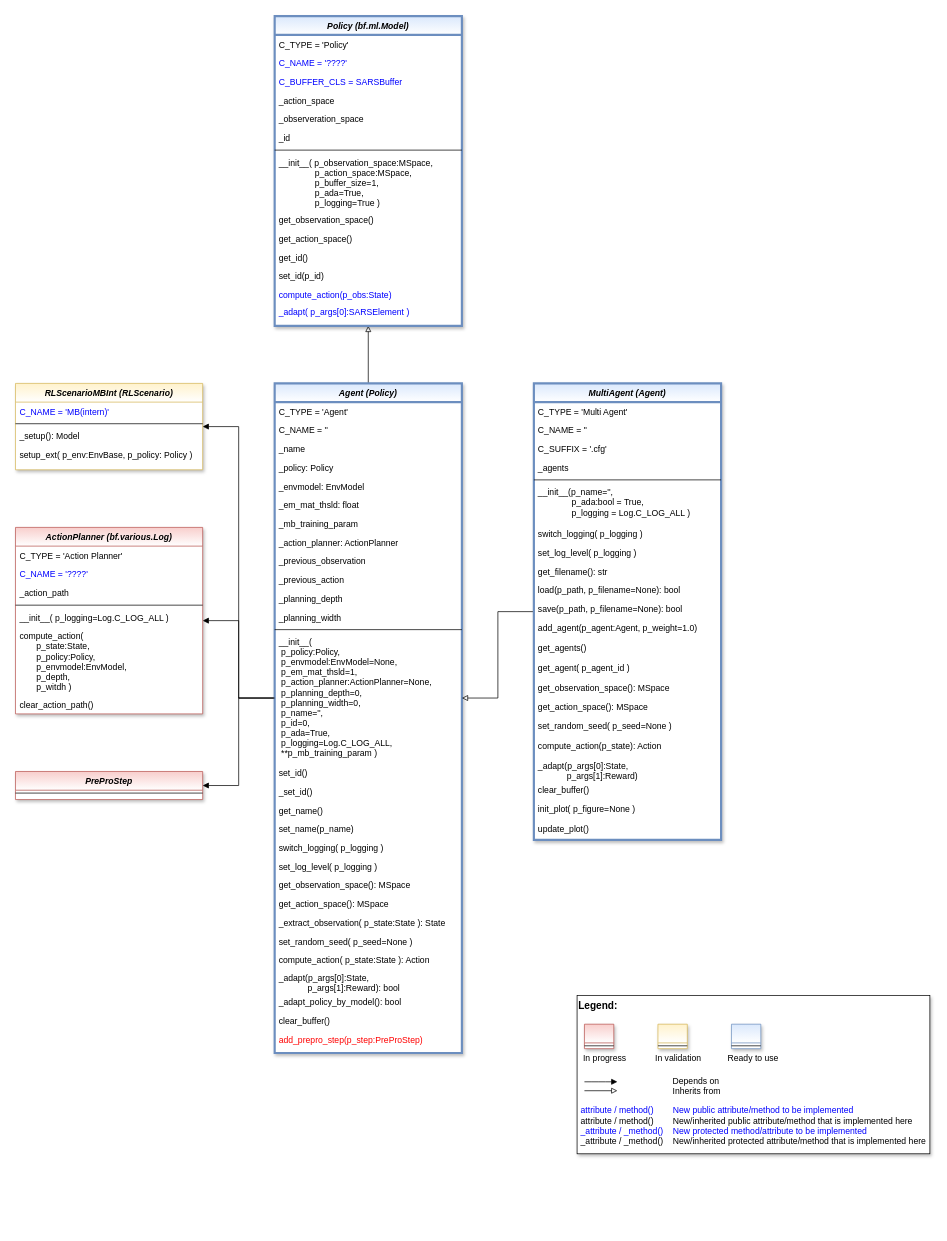
The draw.io diagram doc/rtd/content/append2/core/images/rl/03_agents/MLPro-RL-Agents_class_diagram.drawio in fhswf/MLPro, before the edit. Source tidied: cells renumbered, new cells numbered last; positions are measured from the earlier drawing's top-left corner, leaving out a move shared by most shapes. Both pictures are drawn from the tidied source at 72%, with x=0, y=0 at pixel (15, 16).
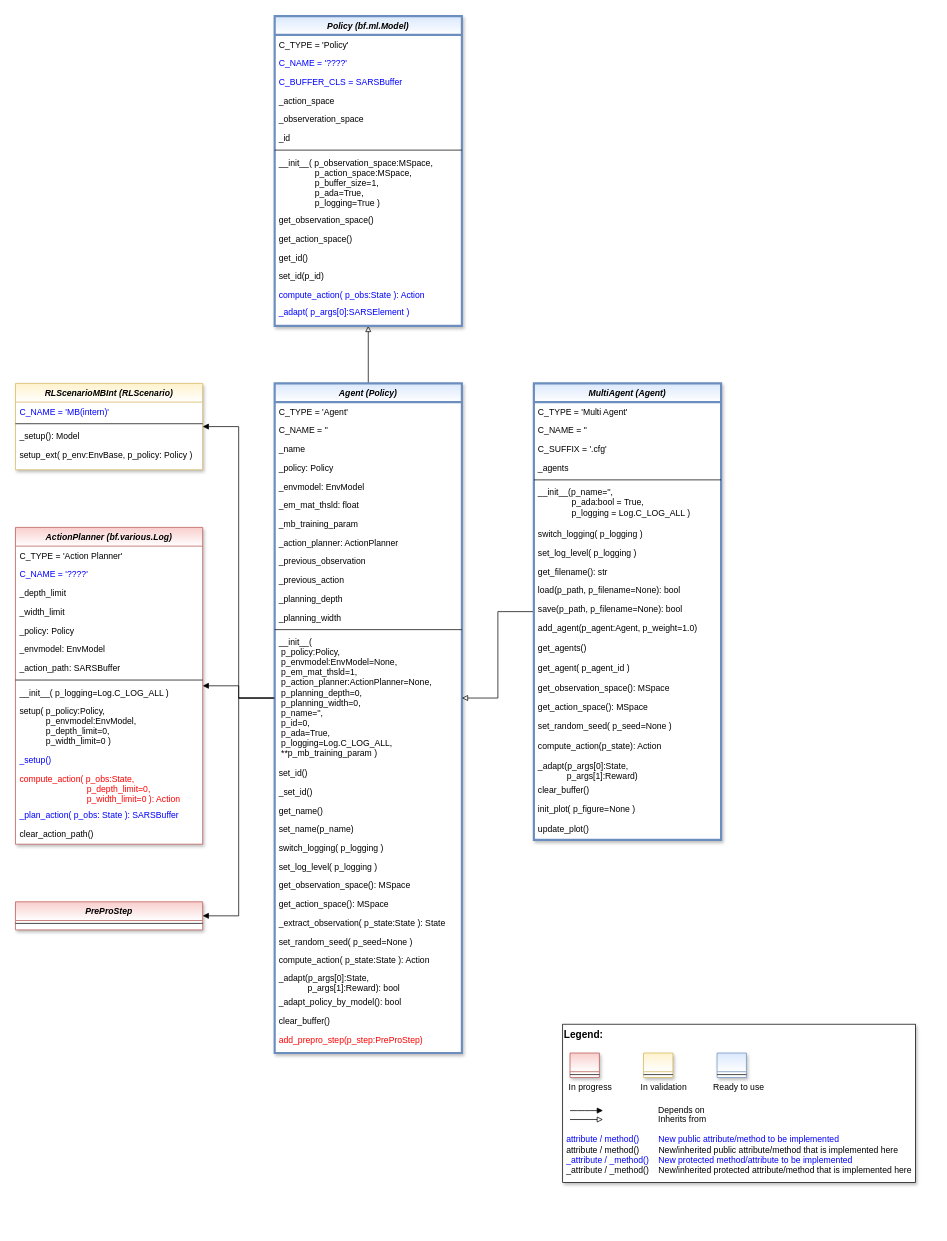
After the change.

Commit message (it also covers changes not shown here):
Class ActionPlanner in rework...

Unchanged cells that the change refers to:
```xml
<mxCell id="19" value="__init__(&#10; p_policy:Policy,&#10; p_envmodel:EnvModel=None,&#10; p_em_mat_thsld=1,&#10; p_action_planner:ActionPlanner=None,&#10; p_planning_depth=0,&#10; p_planning_width=0,&#10; p_name='',&#10; p_id=0,&#10; p_ada=True, &#10; p_logging=Log.C_LOG_ALL,&#10; **p_mb_training_param )" style="text;align=left;verticalAlign=top;spacingLeft=4;spacingRight=4;overflow=hidden;points=[[0,0.5],[1,0.5]];portConstraint=eastwest;" parent="5" vertex="1">
  <mxGeometry y="346" width="260" height="182" as="geometry" />
</mxCell>
<mxCell id="59" value="Policy (bf.ml.Model)" style="swimlane;fontStyle=3;align=center;verticalAlign=top;horizontal=1;startSize=26;rounded=0;shadow=1;strokeWidth=3;fillColor=#dae8fc;strokeColor=#6c8ebf;gradientColor=#ffffff;swimlaneFillColor=#ffffff;" parent="1" vertex="1">
  <mxGeometry x="360" width="260" height="430" as="geometry" />
</mxCell>
```

What changed in the source:
```diff
@@
-    <mxCell id="72" value="compute_action(p_obs:State)" style="text;align=left;verticalAlign=top;spacingLeft=4;spacingRight=4;overflow=hidden;fontColor=#0000FF;" parent="59" vertex="1">
+    <mxCell id="72" value="compute_action( p_obs:State ): Action" style="text;align=left;verticalAlign=top;spacingLeft=4;spacingRight=4;overflow=hidden;fontColor=#0000FF;" parent="59" vertex="1">
       <mxGeometry y="374" width="260" height="24" as="geometry" />
     </mxCell>
@@
     <mxCell id="74" value="PreProStep" style="swimlane;fontStyle=3;align=center;verticalAlign=top;horizontal=1;startSize=26;rounded=0;shadow=1;strokeWidth=1;fillColor=#f8cecc;strokeColor=#b85450;gradientColor=#ffffff;swimlaneFillColor=#ffffff;" parent="1" vertex="1">
-      <mxGeometry y="1049" width="260" height="39" as="geometry" />
+      <mxGeometry y="1230" width="260" height="39" as="geometry" />
     </mxCell>
@@
     <mxCell id="76" value="ActionPlanner (bf.various.Log)" style="swimlane;fontStyle=3;align=center;verticalAlign=top;horizontal=1;startSize=26;rounded=0;shadow=1;strokeWidth=1;fillColor=#f8cecc;strokeColor=#b85450;swimlaneFillColor=#ffffff;gradientColor=#ffffff;" parent="1" vertex="1">
-      <mxGeometry y="710" width="260" height="259" as="geometry" />
+      <mxGeometry y="710" width="260" height="440" as="geometry" />
     </mxCell>
@@
+    <mxCell id="100" value="_depth_limit" style="text;align=left;verticalAlign=top;spacingLeft=4;spacingRight=4;overflow=hidden;" parent="76" vertex="1">
+      <mxGeometry y="78" width="260" height="26" as="geometry" />
+    </mxCell>
+    <mxCell id="101" value="_width_limit" style="text;align=left;verticalAlign=top;spacingLeft=4;spacingRight=4;overflow=hidden;" parent="76" vertex="1">
+      <mxGeometry y="104" width="260" height="26" as="geometry" />
+    </mxCell>
+    <mxCell id="102" value="_policy: Policy" style="text;align=left;verticalAlign=top;spacingLeft=4;spacingRight=4;overflow=hidden;" parent="76" vertex="1">
+      <mxGeometry y="130" width="260" height="26" as="geometry" />
+    </mxCell>
+    <mxCell id="103" value="_envmodel: EnvModel" style="text;align=left;verticalAlign=top;spacingLeft=4;spacingRight=4;overflow=hidden;" parent="76" vertex="1">
+      <mxGeometry y="156" width="260" height="26" as="geometry" />
+    </mxCell>
-    <mxCell id="79" value="_action_path" style="text;align=left;verticalAlign=top;spacingLeft=4;spacingRight=4;overflow=hidden;" parent="76" vertex="1">
-      <mxGeometry y="78" width="260" height="26" as="geometry" />
+    <mxCell id="79" value="_action_path: SARSBuffer" style="text;align=left;verticalAlign=top;spacingLeft=4;spacingRight=4;overflow=hidden;" parent="76" vertex="1">
+      <mxGeometry y="182" width="260" height="26" as="geometry" />
     </mxCell>
     <mxCell id="80" style="line;html=1;strokeWidth=1;align=left;verticalAlign=middle;spacingTop=-1;spacingLeft=3;spacingRight=3;labelPosition=right;" parent="76" vertex="1">
-      <mxGeometry y="104" width="260" height="8" as="geometry" />
+      <mxGeometry y="208" width="260" height="8" as="geometry" />
     </mxCell>
     <mxCell id="81" value="__init__( p_logging=Log.C_LOG_ALL )" style="text;align=left;verticalAlign=top;spacingLeft=4;spacingRight=4;overflow=hidden;" parent="76" vertex="1">
-      <mxGeometry y="112" width="260" height="26" as="geometry" />
+      <mxGeometry y="216" width="260" height="26" as="geometry" />
     </mxCell>
+    <mxCell id="104" value="setup( p_policy:Policy,  &#10;           p_envmodel:EnvModel,&#10;           p_depth_limit=0,&#10;           p_width_limit=0 )" style="text;align=left;verticalAlign=top;spacingLeft=4;spacingRight=4;overflow=hidden;" parent="76" vertex="1">
+      <mxGeometry y="242" width="260" height="68" as="geometry" />
+    </mxCell>
+    <mxCell id="105" value="_setup()" style="text;align=left;verticalAlign=top;spacingLeft=4;spacingRight=4;overflow=hidden;fontColor=#0000FF;" parent="76" vertex="1">
+      <mxGeometry y="310" width="260" height="26" as="geometry" />
+    </mxCell>
-    <mxCell id="82" value="compute_action(&#10;       p_state:State,&#10;       p_policy:Policy,&#10;       p_envmodel:EnvModel,&#10;       p_depth,&#10;       p_witdh )" style="text;align=left;verticalAlign=top;spacingLeft=4;spacingRight=4;overflow=hidden;" parent="76" vertex="1">
-      <mxGeometry y="138" width="260" height="95" as="geometry" />
+    <mxCell id="82" value="compute_action( p_obs:State,&#10;                            p_depth_limit=0,&#10;                            p_width_limit=0 ): Action" style="text;align=left;verticalAlign=top;spacingLeft=4;spacingRight=4;overflow=hidden;fontColor=#FF0000;" parent="76" vertex="1">
+      <mxGeometry y="336" width="260" height="50" as="geometry" />
     </mxCell>
+    <mxCell id="106" value="_plan_action( p_obs: State ): SARSBuffer" style="text;align=left;verticalAlign=top;spacingLeft=4;spacingRight=4;overflow=hidden;fontColor=#0000FF;" parent="76" vertex="1">
+      <mxGeometry y="386" width="260" height="26" as="geometry" />
+    </mxCell>
     <mxCell id="83" value="clear_action_path()" style="text;align=left;verticalAlign=top;spacingLeft=4;spacingRight=4;overflow=hidden;" parent="76" vertex="1">
-      <mxGeometry y="233" width="260" height="26" as="geometry" />
+      <mxGeometry y="412" width="260" height="26" as="geometry" />
     </mxCell>
     <mxCell id="84" style="group;" parent="1" vertex="1">
-      <mxGeometry x="780" y="1360" width="490" height="220" as="geometry" />
+      <mxGeometry x="760" y="1400" width="490" height="220" as="geometry" />
     </mxCell>
@@
     <mxCell id="99" style="edgeStyle=orthogonalEdgeStyle;rounded=0;jettySize=auto;html=1;fontColor=#000000;endArrow=block;endFill=1;entryX=1;entryY=0.5;entryDx=0;entryDy=0;" parent="1" edge="1" source="19" target="74">
       <mxGeometry relative="1" as="geometry">
         <Array as="points">
           <mxPoint x="310" y="947" />
-          <mxPoint x="310" y="1069" />
+          <mxPoint x="310" y="1250" />
         </Array>
       </mxGeometry>
     </mxCell>
```
